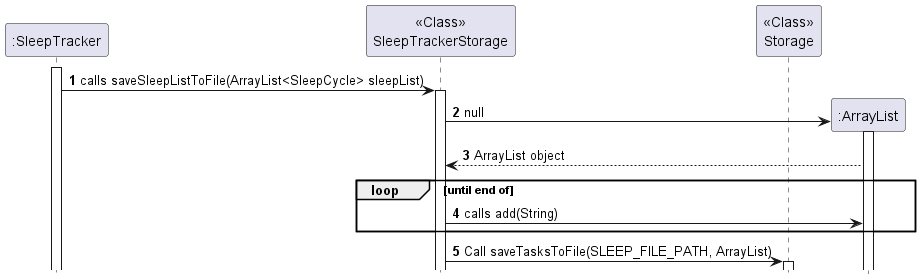
The PlantUML diagram docs/diagrams/storage/StorageSequenceSleep.png in AY2324S2-CS2113-T11-1/tp, before a commit. Its source is kept beside it as docs/diagrams/storage/StorageSequenceSleep.puml.
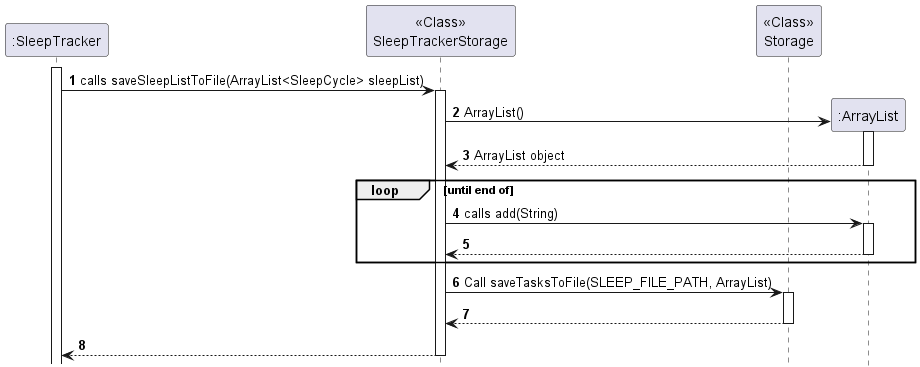
The same diagram one commit later.

Commit message:
Edit sequence diagram for Storage component

Change to the diagram source:
```diff
@@ -1,4 +1,5 @@
 @startuml
+!pragma sequenceDiagramActive false
 
 autonumber
 
@@ -11,13 +12,22 @@
 SleepTracker -> SleepTrackerStorage: calls saveSleepListToFile(ArrayList<SleepCycle> sleepList)
 activate SleepTrackerStorage
 create ArrayList
-SleepTrackerStorage -> ArrayList: null
+SleepTrackerStorage -> ArrayList: ArrayList()
 activate ArrayList
 ArrayList --> SleepTrackerStorage: ArrayList object
+deactivate ArrayList
 loop until end of
 SleepTrackerStorage -> ArrayList: calls add(String)
+activate ArrayList
+ArrayList --> SleepTrackerStorage
+deactivate ArrayList
 end
 SleepTrackerStorage -> Storage: Call saveTasksToFile(SLEEP_FILE_PATH, ArrayList)
 activate Storage
+Storage --> SleepTrackerStorage
+deactivate Storage
+SleepTrackerStorage --> SleepTracker
+deactivate SleepTrackerStorage
+
 
 @enduml
```
